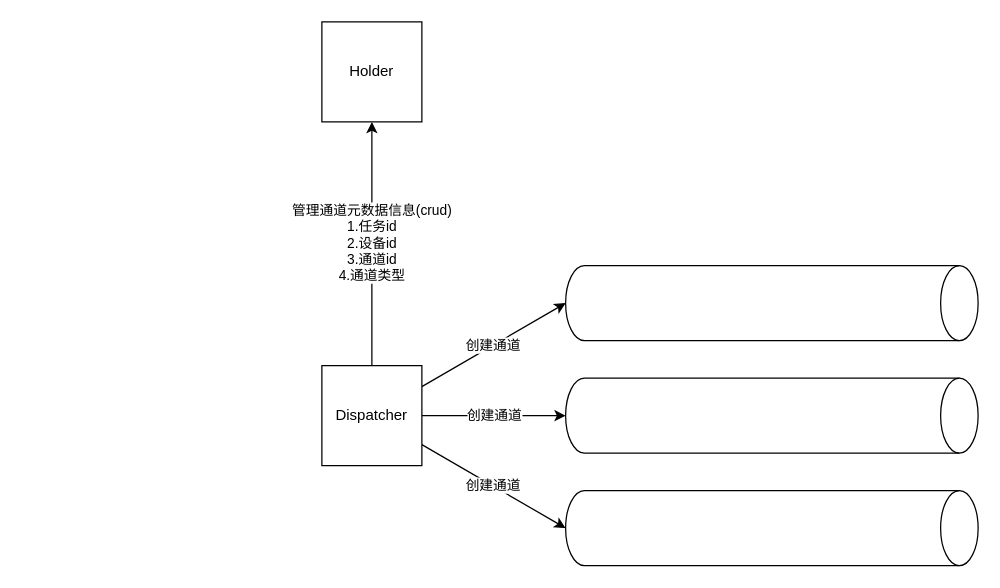
KodeChicken/draw keeps this draw.io diagram as netty通道图.drawio. Above is the earlier version. Source tidied: cells renumbered, new cells numbered last; positions are measured from the earlier drawing's top-left corner, leaving out a move shared by most shapes. Both pictures are drawn from the tidied source at 125%, with x=0, y=0 at pixel (321, 21).
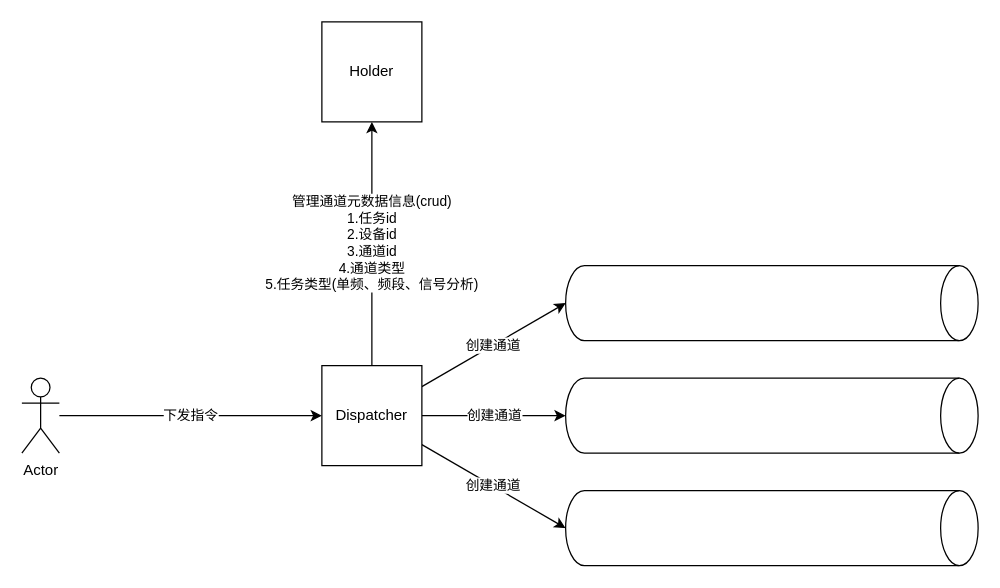
The same page after the edit.

What changed in the source:
```diff
@@
 <mxGraphModel>
   <root>
     <mxCell id="0" />
     <mxCell id="1" parent="0" />
     <mxCell id="2" style="shape=cylinder3;whiteSpace=wrap;html=1;boundedLbl=1;backgroundOutline=1;size=15;rotation=90;" parent="1" vertex="1">
       <mxGeometry x="330" y="60" width="60" height="330" as="geometry" />
     </mxCell>
     <mxCell id="3" style="shape=cylinder3;whiteSpace=wrap;html=1;boundedLbl=1;backgroundOutline=1;size=15;rotation=90;align=center;" parent="1" vertex="1">
       <mxGeometry x="330" y="150" width="60" height="330" as="geometry" />
     </mxCell>
     <mxCell id="4" style="shape=cylinder3;whiteSpace=wrap;html=1;boundedLbl=1;backgroundOutline=1;size=15;rotation=90;" parent="1" vertex="1">
       <mxGeometry x="330" y="240" width="60" height="330" as="geometry" />
     </mxCell>
     <mxCell id="5" value="创建通道" style="edgeStyle=none;rounded=0;jettySize=auto;html=1;" parent="1" edge="1" source="9">
       <mxGeometry relative="1" as="geometry">
         <mxPoint x="195" y="225" as="targetPoint" />
       </mxGeometry>
     </mxCell>
     <mxCell id="6" value="创建通道" style="edgeStyle=none;rounded=0;jettySize=auto;html=1;entryX=0.5;entryY=1;entryDx=0;entryDy=0;entryPerimeter=0;" parent="1" edge="1" source="9" target="3">
       <mxGeometry relative="1" as="geometry" />
     </mxCell>
     <mxCell id="7" value="创建通道" style="edgeStyle=none;rounded=0;jettySize=auto;html=1;entryX=0.5;entryY=1;entryDx=0;entryDy=0;entryPerimeter=0;" parent="1" edge="1" source="9" target="4">
       <mxGeometry relative="1" as="geometry" />
     </mxCell>
-    <mxCell id="8" value="管理通道元数据信息(crud)&lt;br&gt;1.任务id&lt;br&gt;2.设备id&lt;br&gt;3.通道id&lt;br&gt;4.通道类型" style="edgeStyle=none;rounded=0;jettySize=auto;html=1;entryX=0.5;entryY=1;entryDx=0;entryDy=0;" parent="1" edge="1" source="9" target="10">
+    <mxCell id="8" value="管理通道元数据信息(crud)&lt;br&gt;1.任务id&lt;br&gt;2.设备id&lt;br&gt;3.通道id&lt;br&gt;4.通道类型&lt;br&gt;5.任务类型(单频、频段、信号分析)" style="edgeStyle=none;rounded=0;jettySize=auto;html=1;entryX=0.5;entryY=1;entryDx=0;entryDy=0;" parent="1" edge="1" source="9" target="10">
       <mxGeometry relative="1" as="geometry" />
     </mxCell>
     <mxCell id="9" value="Dispatcher" style="whiteSpace=wrap;html=1;" parent="1" vertex="1">
       <mxGeometry y="275" width="80" height="80" as="geometry" />
     </mxCell>
     <mxCell id="10" value="Holder" style="whiteSpace=wrap;html=1;" parent="1" vertex="1">
       <mxGeometry width="80" height="80" as="geometry" />
     </mxCell>
+    <mxCell id="11" value="下发指令" style="edgeStyle=none;rounded=0;jettySize=auto;html=1;entryX=0;entryY=0.5;entryDx=0;entryDy=0;" parent="1" edge="1" source="12" target="9">
+      <mxGeometry relative="1" as="geometry" />
+    </mxCell>
+    <mxCell id="12" value="Actor" style="shape=umlActor;verticalLabelPosition=bottom;verticalAlign=top;html=1;outlineConnect=0;" parent="1" vertex="1">
+      <mxGeometry x="-240" y="285" width="30" height="60" as="geometry" />
+    </mxCell>
   </root>
 </mxGraphModel>
```
